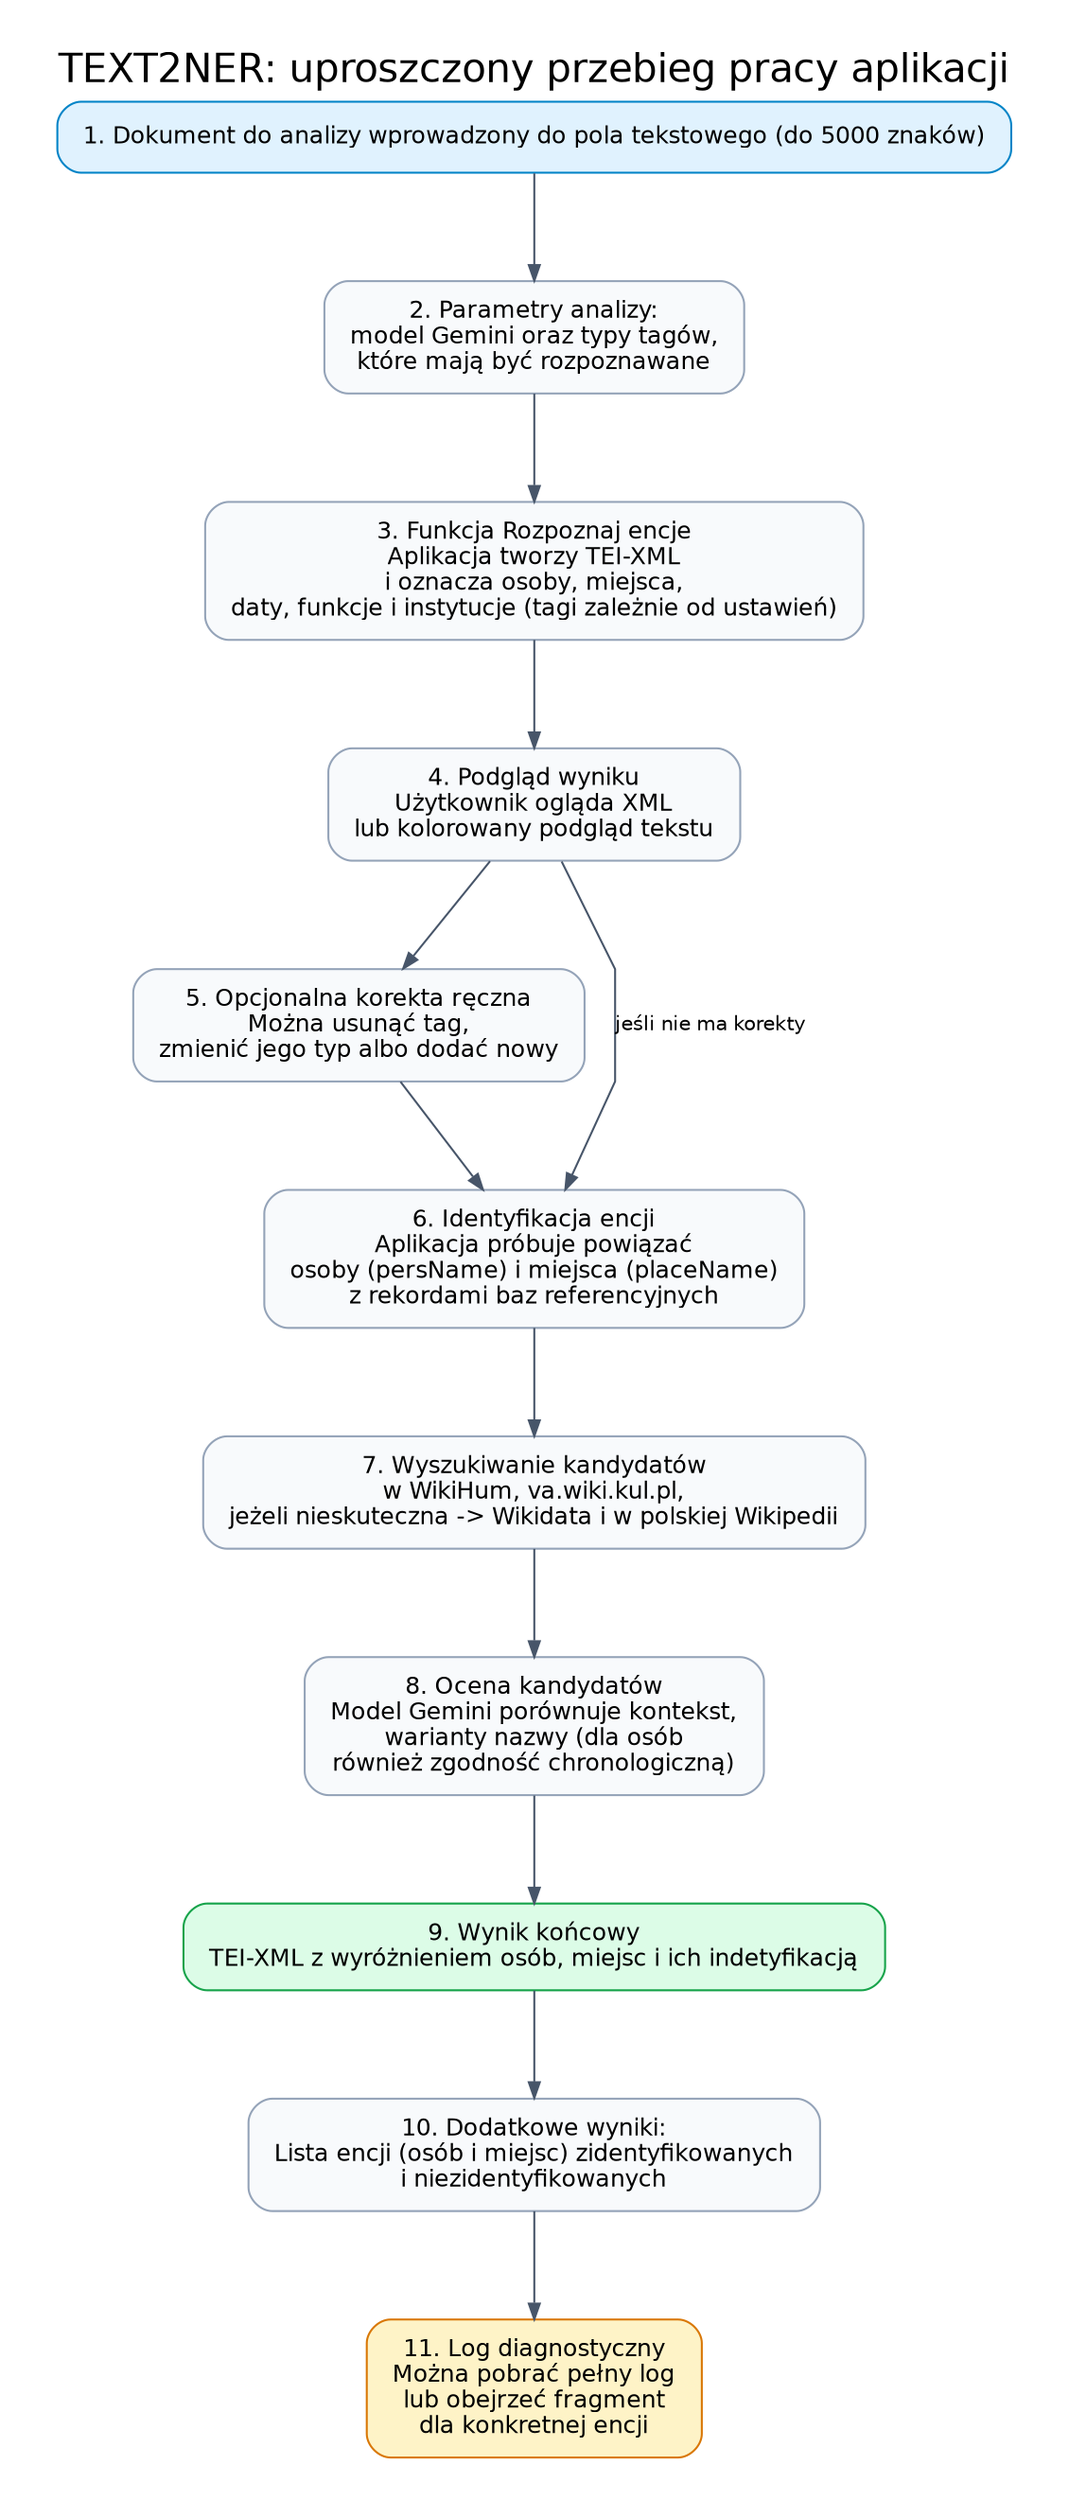
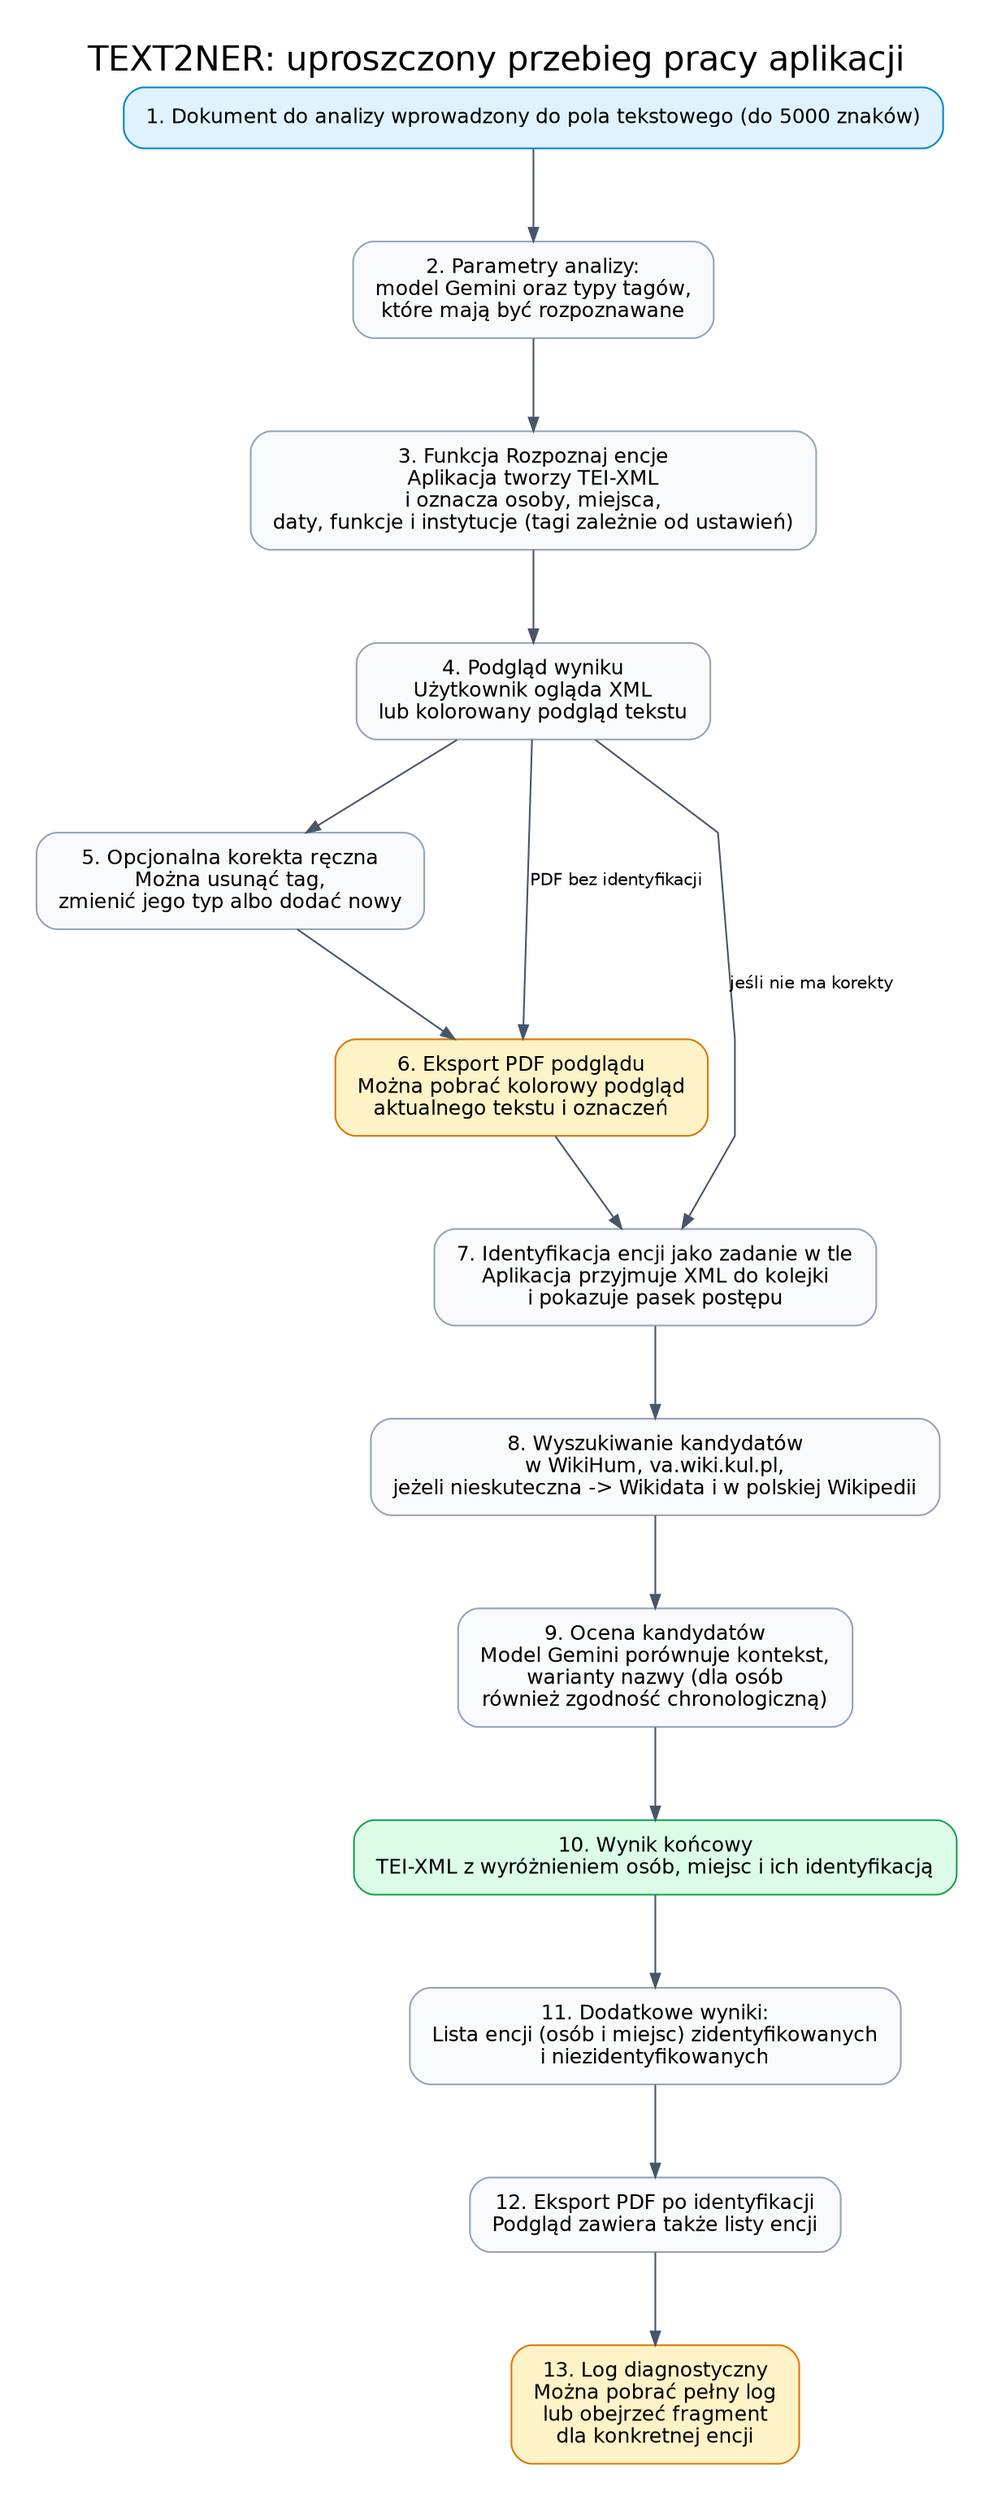
digraph text2ner_process_simple {
    graph [
        rankdir=TB,
        labelloc="t",
        label="TEXT2NER: uproszczony przebieg pracy aplikacji",
        fontsize=20,
        fontname="Helvetica",
        pad=0.3,
        nodesep=0.45,
        ranksep=0.75,
        splines=polyline,
        bgcolor="white"
    ];

    node [
        shape=box,
        style="rounded,filled",
        fillcolor="#F8FAFC",
        color="#94A3B8",
        fontname="Helvetica",
        fontsize=12,
        margin="0.18,0.12"
    ];

    edge [
        color="#475569",
        arrowsize=0.8,
        fontname="Helvetica",
        fontsize=10
    ];

    start [label="1. Dokument do analizy wprowadzony do pola tekstowego (do 5000 znaków)", fillcolor="#E0F2FE", color="#0284C7"];
    settings [label="2. Parametry analizy:\nmodel Gemini oraz typy tagów,\nktóre mają być rozpoznawane"];
    recognize [label="3. Funkcja Rozpoznaj encje\nAplikacja tworzy TEI-XML\ni oznacza osoby, miejsca,\ndaty, funkcje i instytucje (tagi zależnie od ustawień)"];
    preview [label="4. Podgląd wyniku\nUżytkownik ogląda XML\nlub kolorowany podgląd tekstu"];
    manual [label="5. Opcjonalna korekta ręczna\nMożna usunąć tag,\nzmienić jego typ albo dodać nowy"];
-     identify [label="6. Identyfikacja encji\nAplikacja próbuje powiązać\nosoby (persName) i miejsca (placeName)\nz rekordami baz referencyjnych"];
-     sources [label="7. Wyszukiwanie kandydatów\nw WikiHum, va.wiki.kul.pl,\njeżeli nieskuteczna -> Wikidata i w polskiej Wikipedii"];
-     decision [label="8. Ocena kandydatów\nModel Gemini porównuje kontekst,\nwarianty nazwy (dla osób\nrównież zgodność chronologiczną)"];
-     result [label="9. Wynik końcowy\nTEI-XML z wyróżnieniem osób, miejsc i ich indetyfikacją", fillcolor="#DCFCE7", color="#16A34A"];
-     lists [label="10. Dodatkowe wyniki:\nLista encji (osób i miejsc) zidentyfikowanych\ni niezidentyfikowanych"];
-     log [label="11. Log diagnostyczny\nMożna pobrać pełny log\nlub obejrzeć fragment\ndla konkretnej encji", fillcolor="#FEF3C7", color="#D97706"];
+     pdf_before [label="6. Eksport PDF podglądu\nMożna pobrać kolorowy podgląd\naktualnego tekstu i oznaczeń", fillcolor="#FEF3C7", color="#D97706"];
+     identify [label="7. Identyfikacja encji jako zadanie w tle\nAplikacja przyjmuje XML do kolejki\ni pokazuje pasek postępu"];
+     sources [label="8. Wyszukiwanie kandydatów\nw WikiHum, va.wiki.kul.pl,\njeżeli nieskuteczna -> Wikidata i w polskiej Wikipedii"];
+     decision [label="9. Ocena kandydatów\nModel Gemini porównuje kontekst,\nwarianty nazwy (dla osób\nrównież zgodność chronologiczną)"];
+     result [label="10. Wynik końcowy\nTEI-XML z wyróżnieniem osób, miejsc i ich identyfikacją", fillcolor="#DCFCE7", color="#16A34A"];
+     lists [label="11. Dodatkowe wyniki:\nLista encji (osób i miejsc) zidentyfikowanych\ni niezidentyfikowanych"];
+     pdf_after [label="12. Eksport PDF po identyfikacji\nPodgląd zawiera także listy encji"];
+     log [label="13. Log diagnostyczny\nMożna pobrać pełny log\nlub obejrzeć fragment\ndla konkretnej encji", fillcolor="#FEF3C7", color="#D97706"];

-     start -> settings -> recognize -> preview -> manual -> identify -> sources -> decision -> result -> lists -> log;
+     start -> settings -> recognize -> preview -> manual -> pdf_before -> identify -> sources -> decision -> result -> lists -> pdf_after -> log;
    preview -> identify [label="jeśli nie ma korekty"];
+     preview -> pdf_before [label="PDF bez identyfikacji"];
}
